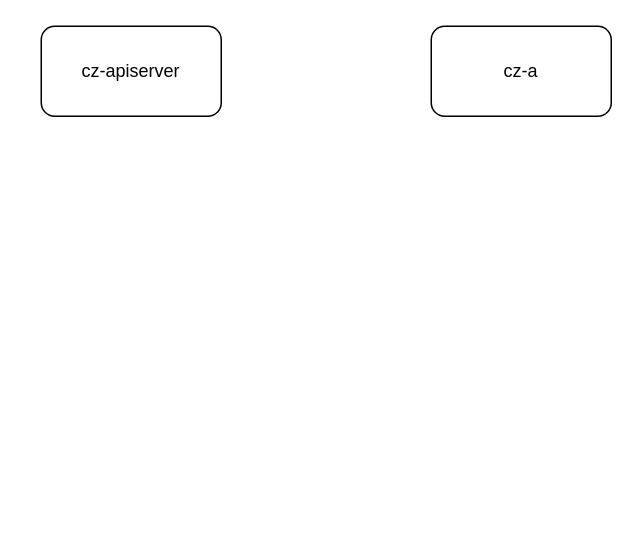
This is Untitled Diagram.drawio from t1faith/sre, a draw.io file, before an edit. Source tidied: cells renumbered, new cells numbered last; positions are measured from the earlier drawing's top-left corner, leaving out a move shared by most shapes. Both pictures are drawn from the tidied source at 150%, with x=0, y=0 at pixel (40, 26).
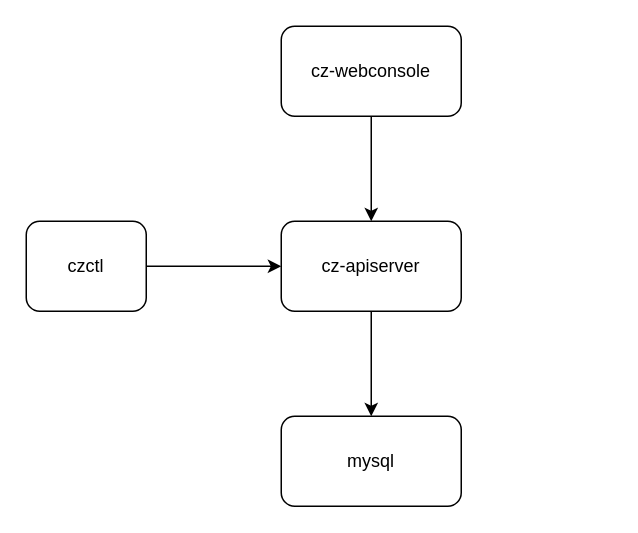
Above is the later version.

The edit, as a diff of the source:
```diff
@@
 <mxGraphModel>
   <root>
     <mxCell id="0" />
     <mxCell id="1" parent="0" />
+    <mxCell id="4" style="edgeStyle=orthogonalEdgeStyle;rounded=0;jettySize=auto;html=1;" parent="1" edge="1" source="2" target="8">
+      <mxGeometry relative="1" as="geometry" />
+    </mxCell>
     <mxCell id="2" value="cz-apiserver" style="rounded=1;whiteSpace=wrap;html=1;" parent="1" vertex="1">
-      <mxGeometry width="120" height="60" as="geometry" />
+      <mxGeometry x="160" y="130" width="120" height="60" as="geometry" />
     </mxCell>
+    <mxCell id="5" style="edgeStyle=orthogonalEdgeStyle;rounded=0;jettySize=auto;html=1;" parent="1" edge="1" source="3" target="2">
+      <mxGeometry relative="1" as="geometry" />
+    </mxCell>
-    <mxCell id="3" value="cz-a" style="rounded=1;whiteSpace=wrap;html=1;" parent="1" vertex="1">
-      <mxGeometry x="260" width="120" height="60" as="geometry" />
+    <mxCell id="3" value="czctl" style="rounded=1;whiteSpace=wrap;html=1;" parent="1" vertex="1">
+      <mxGeometry x="-10" y="130" width="80" height="60" as="geometry" />
     </mxCell>
+    <mxCell id="6" style="edgeStyle=orthogonalEdgeStyle;rounded=0;jettySize=auto;html=1;" parent="1" edge="1" source="7" target="2">
+      <mxGeometry relative="1" as="geometry" />
+    </mxCell>
+    <mxCell id="7" value="cz-webconsole" style="rounded=1;whiteSpace=wrap;html=1;" parent="1" vertex="1">
+      <mxGeometry x="160" width="120" height="60" as="geometry" />
+    </mxCell>
+    <mxCell id="8" value="mysql" style="rounded=1;whiteSpace=wrap;html=1;" parent="1" vertex="1">
+      <mxGeometry x="160" y="260" width="120" height="60" as="geometry" />
+    </mxCell>
   </root>
 </mxGraphModel>
```
